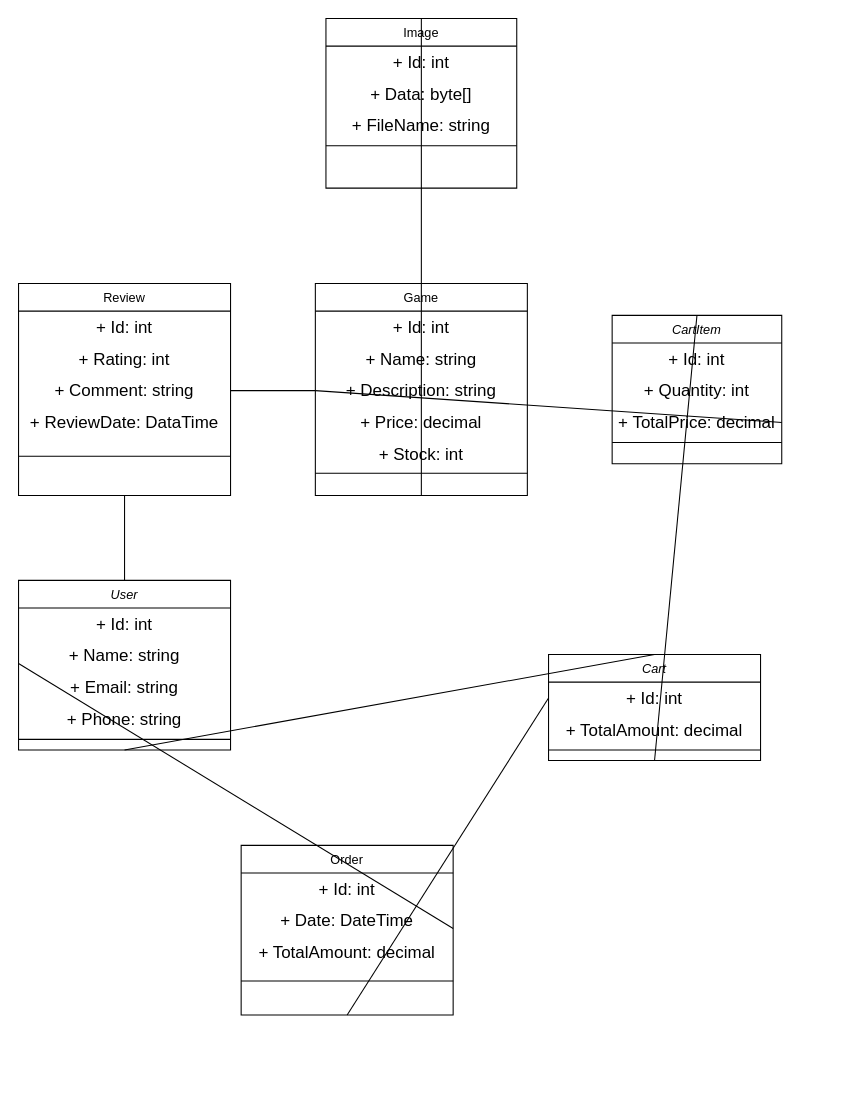
Above: Resurse/Class_Diagram.drawio in Radu309/GameShopProject (draw.io), before the change. Source tidied: cells renumbered, new cells numbered last; positions are measured from the earlier drawing's top-left corner, leaving out a move shared by most shapes. Both pictures are drawn from the tidied source at 106%, with x=0, y=0 at pixel (18, 18).
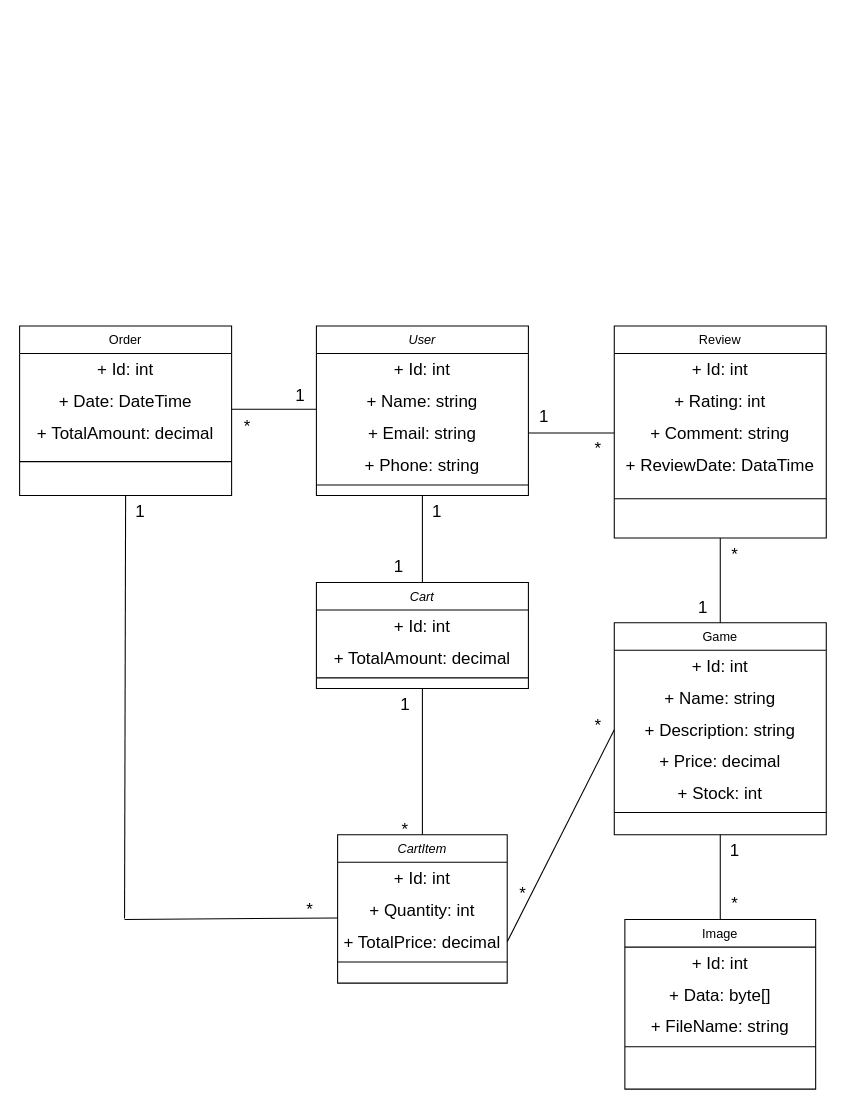
After the change.

The change refers to these unchanged cells:
```xml
<mxCell id="5" value="+ Email: string" style="text;html=1;align=center;verticalAlign=middle;whiteSpace=wrap;rounded=0;fontSize=16;" parent="2" vertex="1">
  <mxGeometry y="86" width="200" height="30" as="geometry" />
</mxCell>
<mxCell id="11" value="+ Description: string" style="text;html=1;align=center;verticalAlign=middle;whiteSpace=wrap;rounded=0;fontSize=16;" parent="8" vertex="1">
  <mxGeometry y="86" width="200" height="30" as="geometry" />
</mxCell>
<mxCell id="28" value="+ Comment: string" style="text;html=1;align=center;verticalAlign=middle;whiteSpace=wrap;rounded=0;fontSize=16;" parent="25" vertex="1">
  <mxGeometry y="86" width="200" height="30" as="geometry" />
</mxCell>
<mxCell id="37" value="+ Id: int" style="text;html=1;align=center;verticalAlign=middle;whiteSpace=wrap;rounded=0;fontSize=16;" parent="36" vertex="1">
  <mxGeometry y="26" width="200" height="30" as="geometry" />
</mxCell>
<mxCell id="44" value="+ Quantity: int" style="text;html=1;align=center;verticalAlign=middle;whiteSpace=wrap;rounded=0;fontSize=16;" parent="42" vertex="1">
  <mxGeometry y="56" width="160" height="30" as="geometry" />
</mxCell>
```

The edit, as a diff of the source:
```diff
@@
     <mxCell id="2" value="User" style="swimlane;fontStyle=2;align=center;verticalAlign=top;horizontal=1;startSize=26;rounded=0;shadow=0;strokeWidth=1;" parent="1" vertex="1">
-      <mxGeometry y="530" width="200" height="160" as="geometry" />
+      <mxGeometry x="281" y="290" width="200" height="160" as="geometry" />
     </mxCell>
@@
     <mxCell id="8" value="Game" style="swimlane;fontStyle=0;align=center;verticalAlign=top;horizontal=1;startSize=26;rounded=0;shadow=0;strokeWidth=1;" parent="1" vertex="1">
-      <mxGeometry x="280" y="250" width="200" height="200" as="geometry" />
+      <mxGeometry x="562" y="570" width="200" height="200" as="geometry" />
     </mxCell>
@@
     <mxCell id="15" value="Order" style="swimlane;fontStyle=0;align=center;verticalAlign=top;horizontal=1;startSize=26;rounded=0;shadow=0;strokeWidth=1;" parent="1" vertex="1">
-      <mxGeometry x="210" y="780" width="200" height="160" as="geometry" />
+      <mxGeometry x="1" y="290" width="200" height="160" as="geometry" />
     </mxCell>
@@
     <mxCell id="20" value="Image" style="swimlane;fontStyle=0;align=center;verticalAlign=top;horizontal=1;startSize=26;rounded=0;shadow=0;strokeWidth=1;" parent="1" vertex="1">
-      <mxGeometry x="290" width="180" height="160" as="geometry" />
+      <mxGeometry x="572" y="850" width="180" height="160" as="geometry" />
     </mxCell>
@@
     <mxCell id="25" value="Review" style="swimlane;fontStyle=0;align=center;verticalAlign=top;horizontal=1;startSize=26;rounded=0;shadow=0;strokeWidth=1;" parent="1" vertex="1">
-      <mxGeometry y="250" width="200" height="200" as="geometry" />
+      <mxGeometry x="562" y="290" width="200" height="200" as="geometry" />
     </mxCell>
@@
-    <mxCell id="31" style="endArrow=none;html=1;rounded=0;fontSize=12;startSize=8;endSize=8;curved=1;entryX=1;entryY=0.5;entryDx=0;entryDy=0;exitX=0;exitY=0.5;exitDx=0;exitDy=0;" parent="1" edge="1" source="11" target="28">
+    <mxCell id="31" style="endArrow=none;html=1;rounded=0;fontSize=12;startSize=8;endSize=8;curved=1;entryX=0.5;entryY=1;entryDx=0;entryDy=0;exitX=0.5;exitY=0;exitDx=0;exitDy=0;" parent="1" edge="1" source="8" target="25">
       <mxGeometry relative="1" as="geometry" />
     </mxCell>
@@
-    <mxCell id="34" style="endArrow=none;html=1;rounded=0;fontSize=12;startSize=8;endSize=8;curved=1;entryX=0;entryY=0.5;entryDx=0;entryDy=0;exitX=0.5;exitY=1;exitDx=0;exitDy=0;" parent="1" edge="1" source="15" target="37">
-      <mxGeometry relative="1" as="geometry" />
-    </mxCell>
@@
+    <mxCell id="49" value="1" style="text;html=1;align=center;verticalAlign=middle;whiteSpace=wrap;rounded=0;fontSize=16;" parent="1" vertex="1">
+      <mxGeometry x="251" y="340" width="30" height="30" as="geometry" />
+    </mxCell>
+    <mxCell id="50" value="*" style="text;html=1;align=center;verticalAlign=middle;whiteSpace=wrap;rounded=0;fontSize=16;" parent="1" vertex="1">
+      <mxGeometry x="201" y="370" width="30" height="30" as="geometry" />
+    </mxCell>
     <mxCell id="36" value="Cart" style="swimlane;fontStyle=2;align=center;verticalAlign=top;horizontal=1;startSize=26;rounded=0;shadow=0;strokeWidth=1;" parent="1" vertex="1">
-      <mxGeometry x="500" y="600" width="200" height="100" as="geometry" />
+      <mxGeometry x="281" y="532" width="200" height="100" as="geometry" />
     </mxCell>
@@
-    <mxCell id="40" style="endArrow=none;html=1;rounded=0;fontSize=12;startSize=8;endSize=8;curved=1;exitX=0.5;exitY=0;exitDx=0;exitDy=0;entryX=0.5;entryY=1;entryDx=0;entryDy=0;" parent="1" edge="1" source="2" target="25">
+    <mxCell id="40" style="endArrow=none;html=1;rounded=0;fontSize=12;startSize=8;endSize=8;curved=1;exitX=1;exitY=0.5;exitDx=0;exitDy=0;entryX=0;entryY=0.5;entryDx=0;entryDy=0;" parent="1" edge="1" source="5" target="28">
       <mxGeometry relative="1" as="geometry" />
     </mxCell>
@@
     <mxCell id="42" value="CartItem" style="swimlane;fontStyle=2;align=center;verticalAlign=top;horizontal=1;startSize=26;rounded=0;shadow=0;strokeWidth=1;" parent="1" vertex="1">
-      <mxGeometry x="560" y="280" width="160" height="140" as="geometry" />
+      <mxGeometry x="301" y="770" width="160" height="140" as="geometry" />
     </mxCell>
@@
+    <mxCell id="51" value="1" style="text;html=1;align=center;verticalAlign=middle;whiteSpace=wrap;rounded=0;fontSize=16;" parent="1" vertex="1">
+      <mxGeometry x="380" y="450" width="30" height="30" as="geometry" />
+    </mxCell>
+    <mxCell id="52" value="1" style="text;html=1;align=center;verticalAlign=middle;whiteSpace=wrap;rounded=0;fontSize=16;" parent="1" vertex="1">
+      <mxGeometry x="344" y="502" width="30" height="30" as="geometry" />
+    </mxCell>
+    <mxCell id="53" value="1" style="text;html=1;align=center;verticalAlign=middle;whiteSpace=wrap;rounded=0;fontSize=16;" parent="1" vertex="1">
+      <mxGeometry x="481" y="360" width="30" height="30" as="geometry" />
+    </mxCell>
+    <mxCell id="54" value="*" style="text;html=1;align=center;verticalAlign=middle;whiteSpace=wrap;rounded=0;fontSize=16;" parent="1" vertex="1">
+      <mxGeometry x="532" y="390" width="30" height="30" as="geometry" />
+    </mxCell>
+    <mxCell id="55" value="*" style="text;html=1;align=center;verticalAlign=middle;whiteSpace=wrap;rounded=0;fontSize=16;" parent="1" vertex="1">
+      <mxGeometry x="661" y="490" width="30" height="30" as="geometry" />
+    </mxCell>
+    <mxCell id="56" value="1" style="text;html=1;align=center;verticalAlign=middle;whiteSpace=wrap;rounded=0;fontSize=16;" parent="1" vertex="1">
+      <mxGeometry x="631" y="540" width="30" height="30" as="geometry" />
+    </mxCell>
+    <mxCell id="57" value="*" style="text;html=1;align=center;verticalAlign=middle;whiteSpace=wrap;rounded=0;fontSize=16;" parent="1" vertex="1">
+      <mxGeometry x="661" y="820" width="30" height="30" as="geometry" />
+    </mxCell>
+    <mxCell id="58" value="1" style="text;html=1;align=center;verticalAlign=middle;whiteSpace=wrap;rounded=0;fontSize=16;" parent="1" vertex="1">
+      <mxGeometry x="661" y="770" width="30" height="30" as="geometry" />
+    </mxCell>
+    <mxCell id="59" value="1" style="text;html=1;align=center;verticalAlign=middle;whiteSpace=wrap;rounded=0;fontSize=16;" parent="1" vertex="1">
+      <mxGeometry x="350" y="632" width="30" height="30" as="geometry" />
+    </mxCell>
+    <mxCell id="60" value="*" style="text;html=1;align=center;verticalAlign=middle;whiteSpace=wrap;rounded=0;fontSize=16;" parent="1" vertex="1">
+      <mxGeometry x="532" y="652" width="30" height="30" as="geometry" />
+    </mxCell>
+    <mxCell id="61" value="*" style="text;html=1;align=center;verticalAlign=middle;whiteSpace=wrap;rounded=0;fontSize=16;" parent="1" vertex="1">
+      <mxGeometry x="461" y="810" width="30" height="30" as="geometry" />
+    </mxCell>
+    <mxCell id="62" value="*" style="text;html=1;align=center;verticalAlign=middle;whiteSpace=wrap;rounded=0;fontSize=16;" parent="1" vertex="1">
+      <mxGeometry x="350" y="750" width="30" height="30" as="geometry" />
+    </mxCell>
+    <mxCell id="63" style="endArrow=none;html=1;rounded=0;fontSize=12;startSize=8;endSize=8;curved=1;exitX=0.5;exitY=1;exitDx=0;exitDy=0;" parent="1" edge="1" source="15">
+      <mxGeometry relative="1" as="geometry">
+        <mxPoint x="100" y="849" as="targetPoint" />
+      </mxGeometry>
+    </mxCell>
+    <mxCell id="64" style="endArrow=none;html=1;rounded=0;fontSize=12;startSize=8;endSize=8;curved=1;exitX=0;exitY=0.75;exitDx=0;exitDy=0;" parent="1" edge="1" source="44">
+      <mxGeometry relative="1" as="geometry">
+        <mxPoint x="100" y="850" as="targetPoint" />
+      </mxGeometry>
+    </mxCell>
+    <mxCell id="65" value="1" style="text;html=1;align=center;verticalAlign=middle;whiteSpace=wrap;rounded=0;fontSize=16;" parent="1" vertex="1">
+      <mxGeometry x="100" y="450" width="30" height="30" as="geometry" />
+    </mxCell>
+    <mxCell id="66" value="*" style="text;html=1;align=center;verticalAlign=middle;whiteSpace=wrap;rounded=0;fontSize=16;" parent="1" vertex="1">
+      <mxGeometry x="260" y="825" width="30" height="30" as="geometry" />
+    </mxCell>
```
